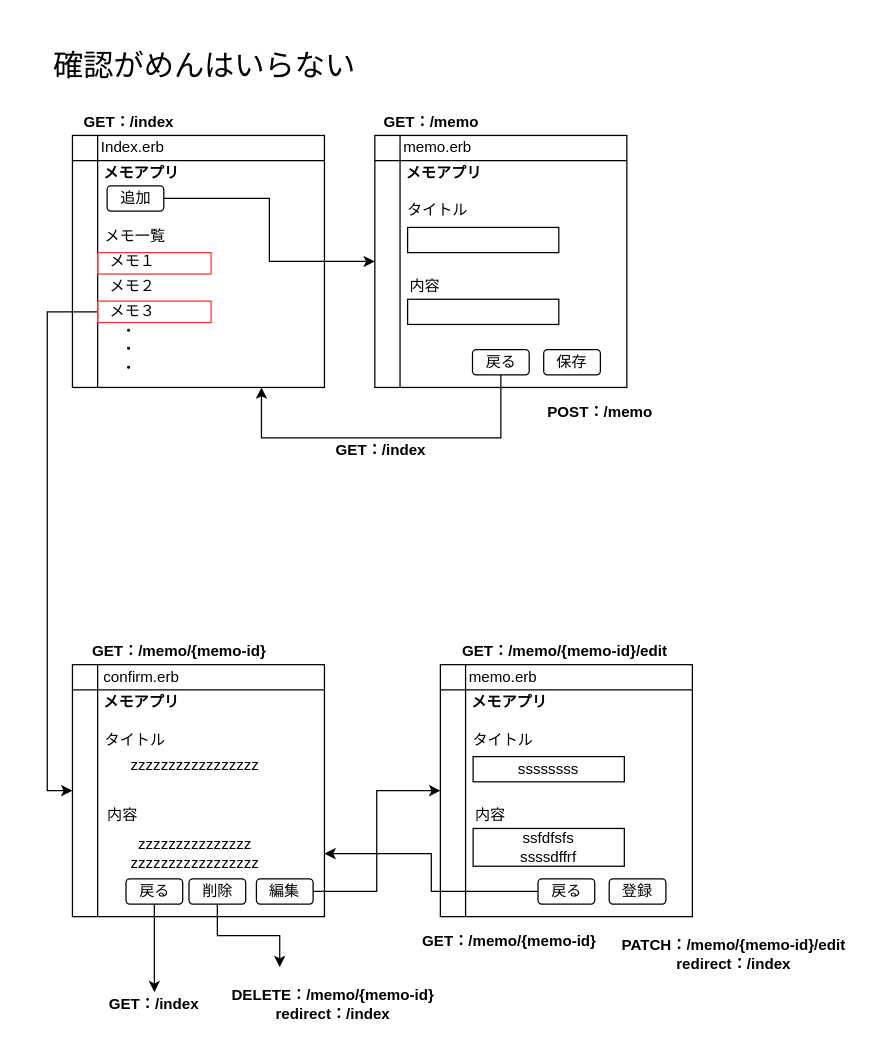
The draw.io diagram appimage.drawio in kekosh/sinatra-memo-app, before the edit. Source tidied: cells renumbered, new cells numbered last; positions are measured from the earlier drawing's top-left corner, leaving out a move shared by most shapes. Both pictures are drawn from the tidied source at 126%, with x=0, y=0 at pixel (21, 21).
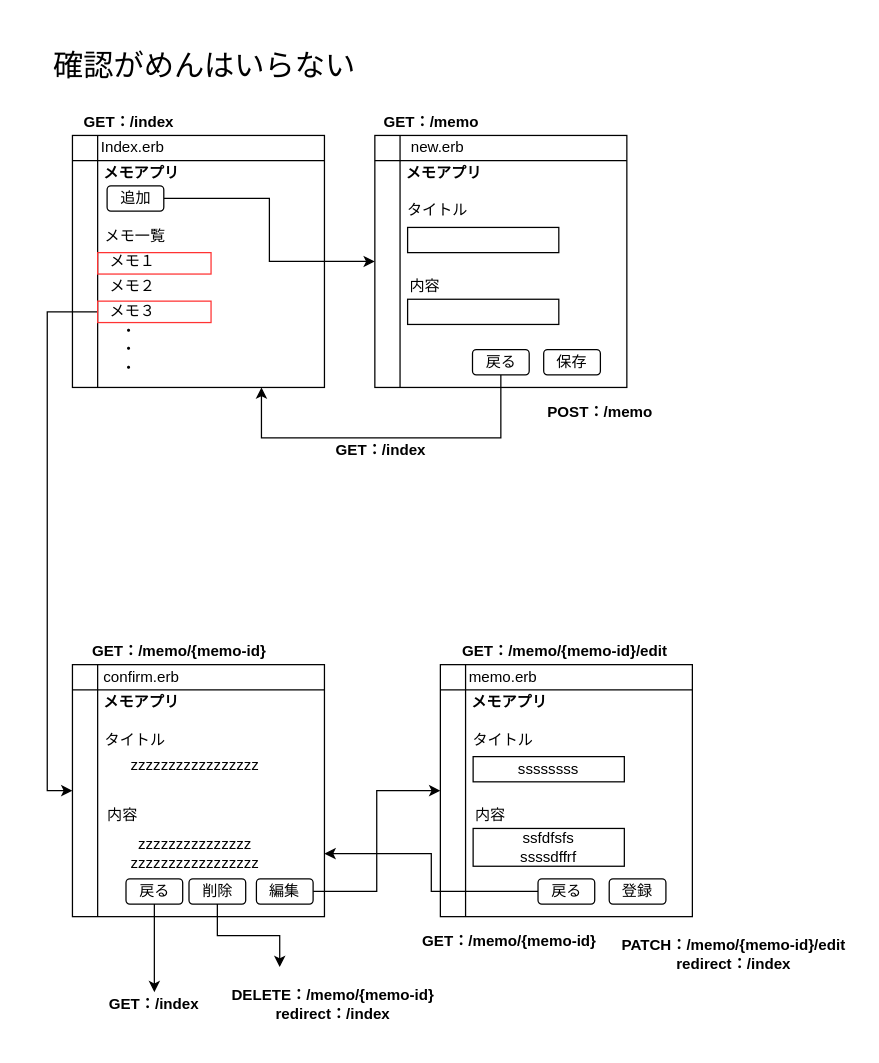
Above is the later version.

The edit, as a diff of the source:
```diff
@@
-    <mxCell id="51" value="memo.erb" style="text;html=1;strokeColor=none;fillColor=none;align=center;verticalAlign=middle;whiteSpace=wrap;rounded=0;" parent="1" vertex="1">
+    <mxCell id="51" value="new.erb" style="text;html=1;strokeColor=none;fillColor=none;align=center;verticalAlign=middle;whiteSpace=wrap;rounded=0;" parent="1" vertex="1">
       <mxGeometry x="310" y="90" width="40" height="20" as="geometry" />
     </mxCell>
```
